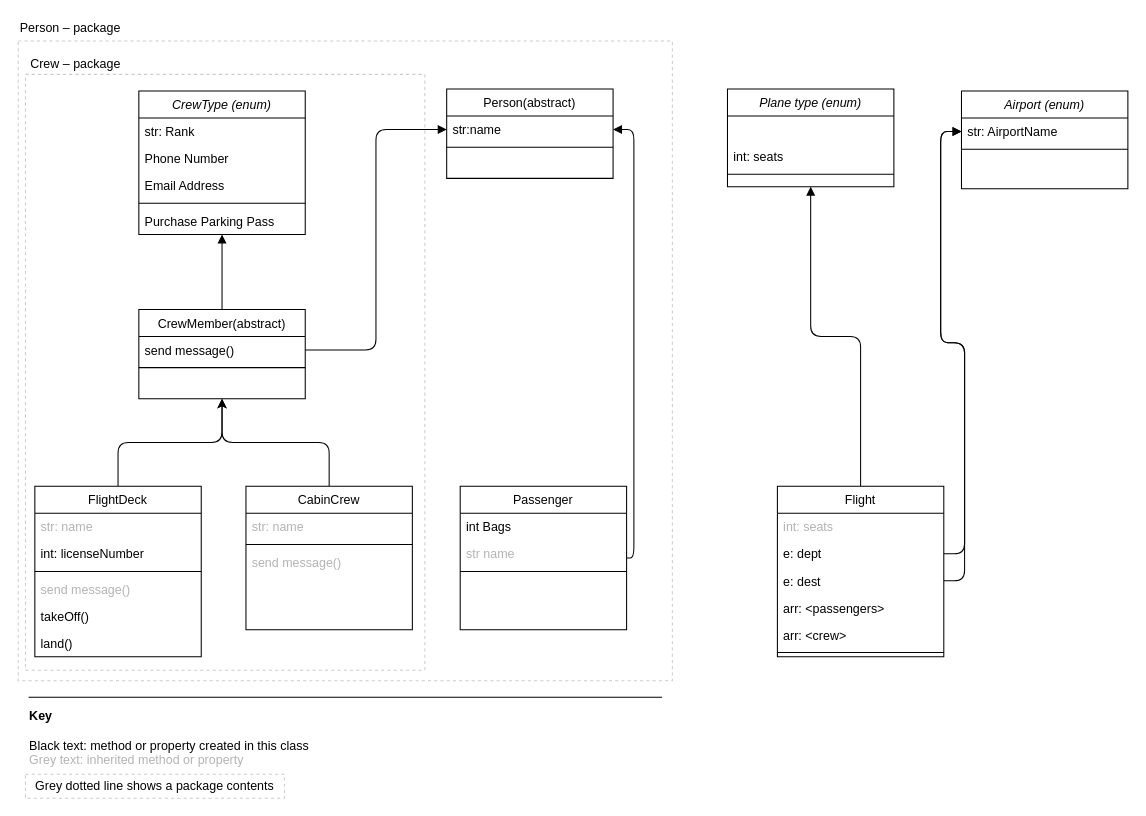
Above: planning/javaAir-classes.drawio in emcog/JavaAirlines (draw.io), before the change. Source tidied: cells renumbered, new cells numbered last; positions are measured from the earlier drawing's top-left corner, leaving out a move shared by most shapes. Both pictures are drawn from the tidied source at 104%, with x=0, y=0 at pixel (18, 18).
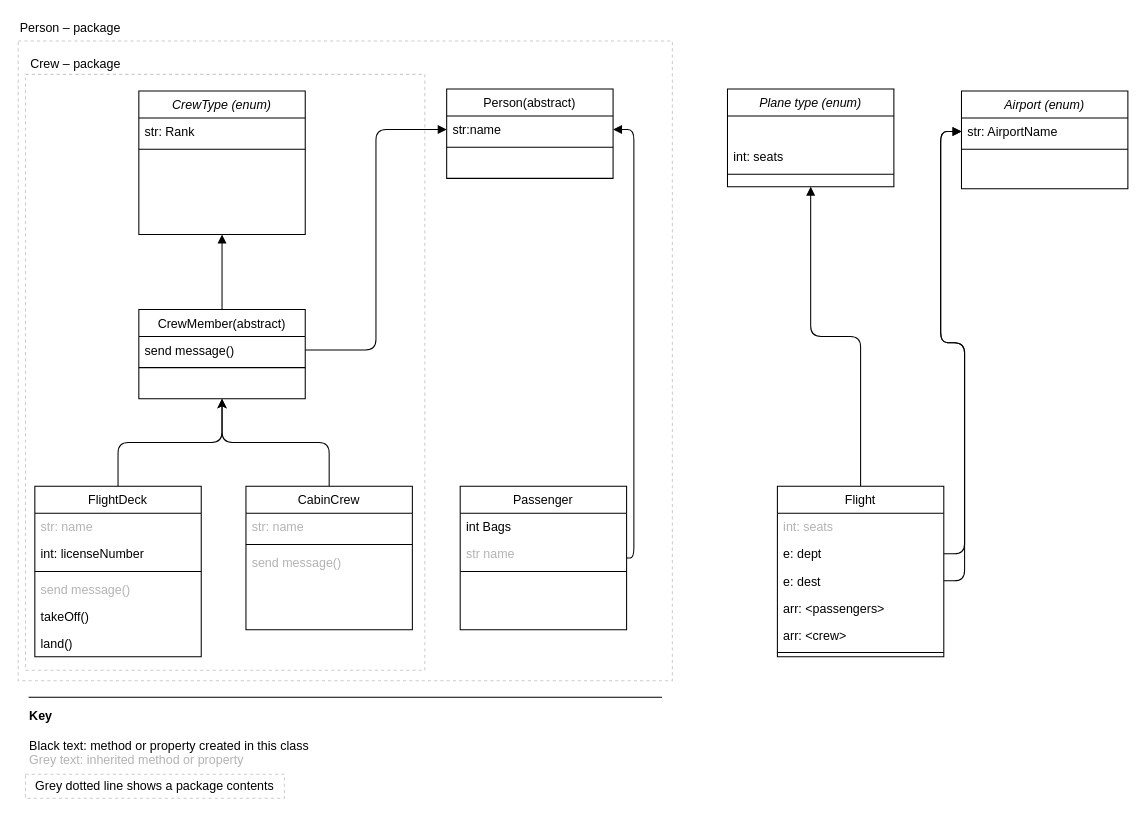
Above is the later version.

The change refers to these unchanged cells:
```xml
<mxCell id="4" value="CrewType (enum)" style="swimlane;fontStyle=2;align=center;verticalAlign=top;horizontal=1;startSize=26;rounded=0;shadow=0;strokeWidth=1;" parent="1" vertex="1">
  <mxGeometry x="116" y="70" width="160" height="138" as="geometry" />
</mxCell>
```

What changed in the source:
```diff
@@
-    <mxCell id="6" value="Phone Number" style="text;align=left;verticalAlign=top;spacingLeft=4;spacingRight=4;overflow=hidden;rounded=0;shadow=0;html=0;" parent="4" vertex="1">
-      <mxGeometry y="52" width="160" height="26" as="geometry" />
-    </mxCell>
-    <mxCell id="7" value="Email Address" style="text;align=left;verticalAlign=top;spacingLeft=4;spacingRight=4;overflow=hidden;rounded=0;shadow=0;html=0;" parent="4" vertex="1">
-      <mxGeometry y="78" width="160" height="26" as="geometry" />
-    </mxCell>
     <mxCell id="8" style="line;html=1;strokeWidth=1;align=left;verticalAlign=middle;spacingTop=-1;spacingLeft=3;spacingRight=3;labelPosition=right;" parent="4" vertex="1">
-      <mxGeometry y="104" width="160" height="8" as="geometry" />
+      <mxGeometry y="52" width="160" height="8" as="geometry" />
     </mxCell>
-    <mxCell id="9" value="Purchase Parking Pass" style="text;align=left;verticalAlign=top;spacingLeft=4;spacingRight=4;overflow=hidden;" parent="4" vertex="1">
-      <mxGeometry y="112" width="160" height="26" as="geometry" />
-    </mxCell>
```
